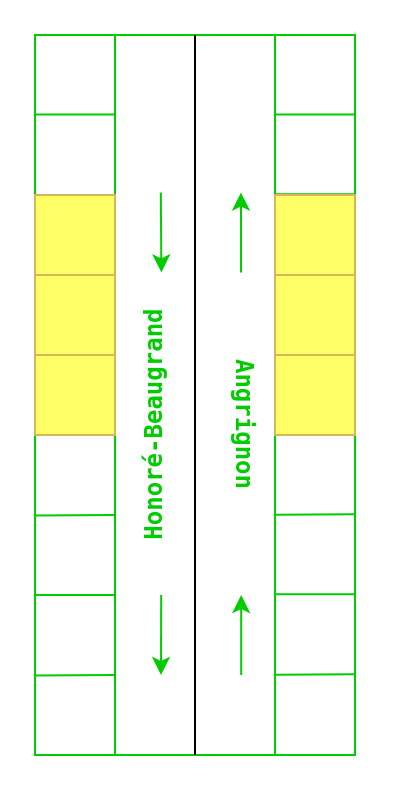
This is assets/template.drawio from khalilv/khalilv.github.io, a draw.io file, before an edit. Source tidied: cells renumbered, new cells numbered last; positions are measured from the earlier drawing's top-left corner, leaving out a move shared by most shapes. Both pictures are drawn from the tidied source at 200%, with x=0, y=0 at pixel (-166, 34).
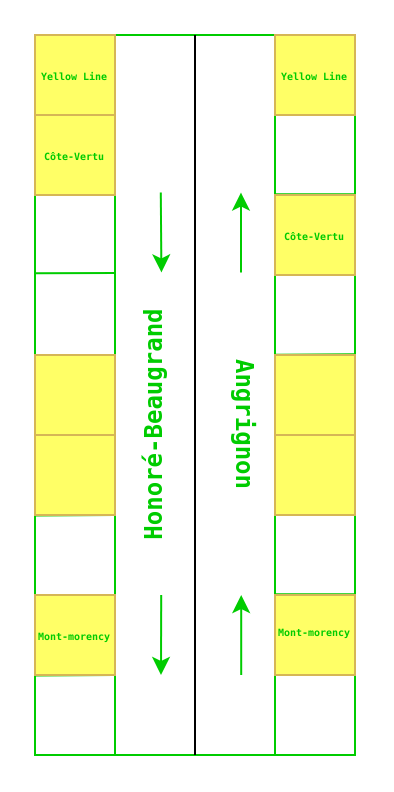
Above is the later version.

The edit, as a diff of the source:
```diff
@@
-    <mxCell id="26" style="text;html=1;strokeColor=#d6b656;fillColor=#FFFF66;align=center;verticalAlign=middle;whiteSpace=wrap;rounded=1;fontFamily=Lucida Console;fontSize=7;fontColor=#00CC00;glass=0;sketch=0;arcSize=0;" parent="1" vertex="1">
-      <mxGeometry x="100" y="160" width="40" height="40" as="geometry" />
-    </mxCell>
@@
+    <mxCell id="30" style="text;html=1;strokeColor=none;fillColor=none;align=center;verticalAlign=middle;whiteSpace=wrap;rounded=1;fontFamily=Lucida Console;fontSize=7;fontColor=#00CC00;glass=0;sketch=0;arcSize=0;" parent="1" vertex="1">
+      <mxGeometry x="220" width="40" height="40" as="geometry" />
+    </mxCell>
+    <mxCell id="35" style="text;html=1;strokeColor=#D6B656;fillColor=#FFFF66;align=center;verticalAlign=middle;whiteSpace=wrap;rounded=1;fontFamily=Lucida Console;fontSize=7;fontColor=#00CC00;glass=0;sketch=0;arcSize=0;" parent="1" vertex="1">
+      <mxGeometry x="220" y="200" width="40" height="40" as="geometry" />
+    </mxCell>
+    <mxCell id="36" style="text;html=1;strokeColor=#D6B656;fillColor=#FFFF66;align=center;verticalAlign=middle;whiteSpace=wrap;rounded=1;fontFamily=Lucida Console;fontSize=7;fontColor=#00CC00;glass=0;sketch=0;arcSize=0;" parent="1" vertex="1">
+      <mxGeometry x="100" y="200" width="40" height="40" as="geometry" />
+    </mxCell>
+    <mxCell id="37" style="text;html=1;strokeColor=#D6B656;fillColor=#FFFF66;align=center;verticalAlign=middle;whiteSpace=wrap;rounded=1;fontFamily=Lucida Console;fontSize=7;fontColor=#00CC00;glass=0;sketch=0;arcSize=0;" parent="1" vertex="1">
+      <mxGeometry x="100" width="40" height="40" as="geometry" />
+    </mxCell>
+    <mxCell id="38" value="Yellow Line" style="text;html=1;strokeColor=none;fillColor=none;align=center;verticalAlign=middle;whiteSpace=wrap;rounded=0;rotation=0;fontColor=#00CC00;fontStyle=1;fontFamily=Lucida Console;fontSize=5;" parent="1" vertex="1">
+      <mxGeometry x="100" y="2.5" width="40" height="35" as="geometry" />
+    </mxCell>
+    <mxCell id="39" style="text;html=1;strokeColor=#D6B656;fillColor=#FFFF66;align=center;verticalAlign=middle;whiteSpace=wrap;rounded=1;fontFamily=Lucida Console;fontSize=7;fontColor=#00CC00;glass=0;sketch=0;arcSize=0;" parent="1" vertex="1">
+      <mxGeometry x="220" y="280" width="40" height="40" as="geometry" />
+    </mxCell>
+    <mxCell id="40" value="Mont-morency" style="text;html=1;strokeColor=none;fillColor=none;align=center;verticalAlign=middle;whiteSpace=wrap;rounded=0;rotation=0;fontColor=#00CC00;fontStyle=1;fontFamily=Lucida Console;fontSize=5;" parent="1" vertex="1">
+      <mxGeometry x="220" y="280" width="40" height="35" as="geometry" />
+    </mxCell>
+    <mxCell id="41" style="text;html=1;strokeColor=#D6B656;fillColor=#FFFF66;align=center;verticalAlign=middle;whiteSpace=wrap;rounded=1;fontFamily=Lucida Console;fontSize=7;fontColor=#00CC00;glass=0;sketch=0;arcSize=0;" parent="1" vertex="1">
+      <mxGeometry x="100" y="280" width="40" height="40" as="geometry" />
+    </mxCell>
+    <mxCell id="42" style="text;html=1;strokeColor=#D6B656;fillColor=#FFFF66;align=center;verticalAlign=middle;whiteSpace=wrap;rounded=1;fontFamily=Lucida Console;fontSize=7;fontColor=#00CC00;glass=0;sketch=0;arcSize=0;" parent="1" vertex="1">
+      <mxGeometry x="100" y="160" width="40" height="40" as="geometry" />
+    </mxCell>
+    <mxCell id="43" style="text;html=1;strokeColor=#D6B656;fillColor=#FFFF66;align=center;verticalAlign=middle;whiteSpace=wrap;rounded=1;fontFamily=Lucida Console;fontSize=7;fontColor=#00CC00;glass=0;sketch=0;arcSize=0;" parent="1" vertex="1">
+      <mxGeometry x="220" width="40" height="40" as="geometry" />
+    </mxCell>
+    <mxCell id="33" style="text;html=1;strokeColor=#D6B656;fillColor=#FFFF66;align=center;verticalAlign=middle;whiteSpace=wrap;rounded=1;fontFamily=Lucida Console;fontSize=7;fontColor=#00CC00;glass=0;sketch=0;arcSize=0;" parent="1" vertex="1">
+      <mxGeometry x="220" y="80" width="40" height="40" as="geometry" />
+    </mxCell>
+    <mxCell id="44" value="Côte-Vertu" style="text;html=1;strokeColor=none;fillColor=none;align=center;verticalAlign=middle;whiteSpace=wrap;rounded=0;rotation=0;fontColor=#00CC00;fontStyle=1;fontFamily=Lucida Console;fontSize=5;" parent="1" vertex="1">
+      <mxGeometry x="220" y="82.5" width="40" height="35" as="geometry" />
+    </mxCell>
+    <mxCell id="45" value="Yellow Line" style="text;html=1;strokeColor=none;fillColor=none;align=center;verticalAlign=middle;whiteSpace=wrap;rounded=0;rotation=0;fontColor=#00CC00;fontStyle=1;fontFamily=Lucida Console;fontSize=5;" parent="1" vertex="1">
+      <mxGeometry x="220" y="2.5" width="40" height="35" as="geometry" />
+    </mxCell>
+    <mxCell id="46" style="text;html=1;strokeColor=#D6B656;fillColor=#FFFF66;align=center;verticalAlign=middle;whiteSpace=wrap;rounded=1;fontFamily=Lucida Console;fontSize=7;fontColor=#00CC00;glass=0;sketch=0;arcSize=0;" parent="1" vertex="1">
+      <mxGeometry x="100" y="40" width="40" height="40" as="geometry" />
+    </mxCell>
+    <mxCell id="47" value="Côte-Vertu" style="text;html=1;strokeColor=none;fillColor=none;align=center;verticalAlign=middle;whiteSpace=wrap;rounded=0;rotation=0;fontColor=#00CC00;fontStyle=1;fontFamily=Lucida Console;fontSize=5;" parent="1" vertex="1">
+      <mxGeometry x="100" y="42.5" width="40" height="35" as="geometry" />
+    </mxCell>
+    <mxCell id="48" value="Mont-morency" style="text;html=1;strokeColor=none;fillColor=none;align=center;verticalAlign=middle;whiteSpace=wrap;rounded=0;rotation=0;fontColor=#00CC00;fontStyle=1;fontFamily=Lucida Console;fontSize=5;" parent="1" vertex="1">
+      <mxGeometry x="100" y="282.5" width="40" height="35" as="geometry" />
+    </mxCell>
@@
-    <mxCell id="30" style="text;html=1;strokeColor=none;fillColor=none;align=center;verticalAlign=middle;whiteSpace=wrap;rounded=1;fontFamily=Lucida Console;fontSize=7;fontColor=#00CC00;glass=0;sketch=0;arcSize=0;" parent="1" vertex="1">
-      <mxGeometry x="220" width="40" height="40" as="geometry" />
-    </mxCell>
-    <mxCell id="31" style="text;html=1;strokeColor=#D6B656;fillColor=#FFFF66;align=center;verticalAlign=middle;whiteSpace=wrap;rounded=1;fontFamily=Lucida Console;fontSize=7;fontColor=#00CC00;glass=0;sketch=0;arcSize=0;" parent="1" vertex="1">
-      <mxGeometry x="100" y="120" width="40" height="40" as="geometry" />
-    </mxCell>
-    <mxCell id="32" style="text;html=1;strokeColor=#D6B656;fillColor=#FFFF66;align=center;verticalAlign=middle;whiteSpace=wrap;rounded=1;fontFamily=Lucida Console;fontSize=7;fontColor=#00CC00;glass=0;sketch=0;arcSize=0;" parent="1" vertex="1">
-      <mxGeometry x="220" y="120" width="40" height="40" as="geometry" />
-    </mxCell>
-    <mxCell id="33" style="text;html=1;strokeColor=#D6B656;fillColor=#FFFF66;align=center;verticalAlign=middle;whiteSpace=wrap;rounded=1;fontFamily=Lucida Console;fontSize=7;fontColor=#00CC00;glass=0;sketch=0;arcSize=0;" parent="1" vertex="1">
-      <mxGeometry x="220" y="80" width="40" height="40" as="geometry" />
-    </mxCell>
-    <mxCell id="34" style="text;html=1;strokeColor=#D6B656;fillColor=#FFFF66;align=center;verticalAlign=middle;whiteSpace=wrap;rounded=1;fontFamily=Lucida Console;fontSize=7;fontColor=#00CC00;glass=0;sketch=0;arcSize=0;" parent="1" vertex="1">
-      <mxGeometry x="100" y="80" width="40" height="40" as="geometry" />
-    </mxCell>
```
